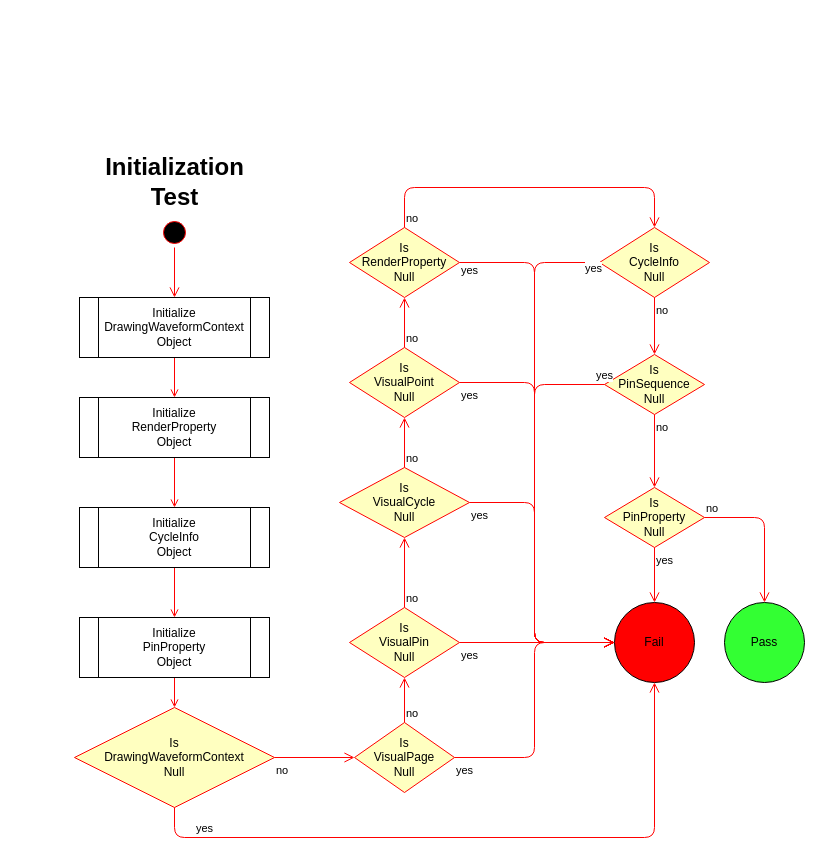
Above: page "UT_Initialization" (5 of 7) of SG9KG5/Waveform.drawio in Jasson-Chou/Software-Projects (draw.io), before the change. Source tidied: cells renumbered, new cells numbered last; positions are measured from the earlier drawing's top-left corner, leaving out a move shared by most shapes. Both pictures are drawn from the tidied source at 100%, with x=0, y=0 at pixel (74, 147).
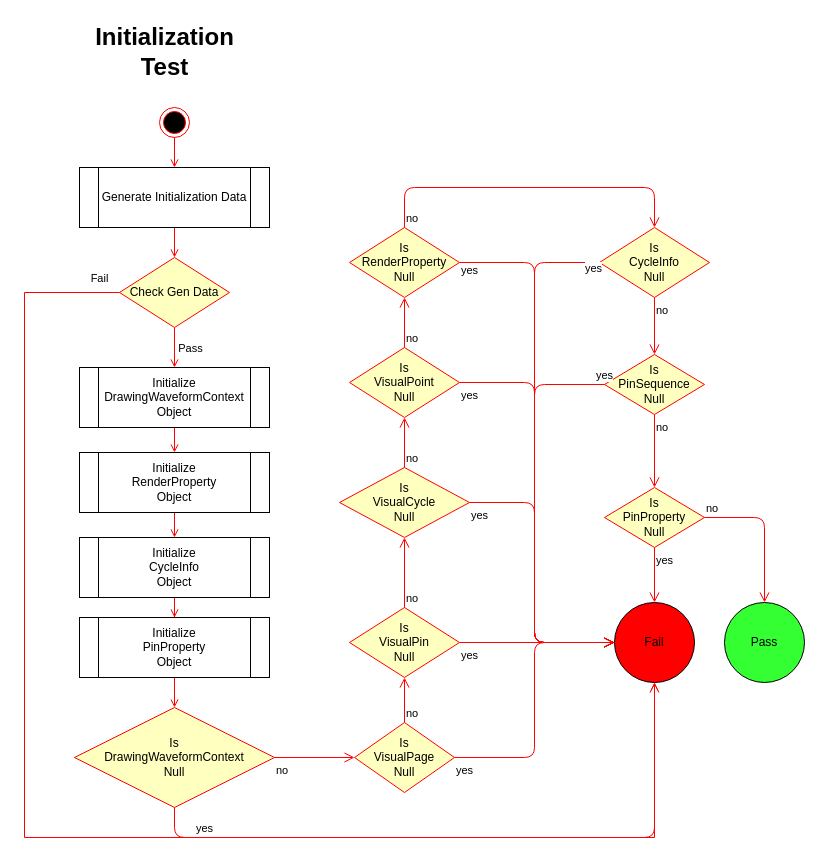
After the change.

Unchanged cells that the change refers to:
```xml
<mxCell id="39" value="Fail" style="ellipse;whiteSpace=wrap;html=1;fillColor=#FF0000;" parent="1" vertex="1">
  <mxGeometry x="540" y="455" width="80" height="80" as="geometry" />
</mxCell>
```

The edit, as a diff of the source:
```diff
@@
     <mxCell id="3" value="Initialize DrawingWaveformContext&lt;br&gt;Object" style="shape=process;whiteSpace=wrap;html=1;backgroundOutline=1;" parent="1" vertex="1">
-      <mxGeometry x="5" y="150" width="190" height="60" as="geometry" />
+      <mxGeometry x="5" y="220" width="190" height="60" as="geometry" />
     </mxCell>
-    <mxCell id="4" style="ellipse;html=1;shape=startState;fillColor=#000000;strokeColor=#ff0000;" parent="1" vertex="1">
-      <mxGeometry x="85" y="70" width="30" height="30" as="geometry" />
-    </mxCell>
-    <mxCell id="5" style="edgeStyle=orthogonalEdgeStyle;html=1;verticalAlign=bottom;endArrow=open;endSize=8;strokeColor=#ff0000;" parent="1" edge="1" source="4" target="3">
-      <mxGeometry relative="1" as="geometry" />
-    </mxCell>
@@
     <mxCell id="7" value="Initialize &lt;br&gt;RenderProperty&lt;br&gt;Object" style="shape=process;whiteSpace=wrap;html=1;backgroundOutline=1;" parent="1" vertex="1">
-      <mxGeometry x="5" y="250" width="190" height="60" as="geometry" />
+      <mxGeometry x="5" y="305" width="190" height="60" as="geometry" />
     </mxCell>
@@
     <mxCell id="9" value="Initialize &lt;br&gt;CycleInfo&lt;br&gt;Object" style="shape=process;whiteSpace=wrap;html=1;backgroundOutline=1;" parent="1" vertex="1">
-      <mxGeometry x="5" y="360" width="190" height="60" as="geometry" />
+      <mxGeometry x="5" y="390" width="190" height="60" as="geometry" />
     </mxCell>
@@
     <mxCell id="41" style="group;" parent="1" vertex="1">
-      <mxGeometry x="50" width="100" height="70" as="geometry" />
+      <mxGeometry x="40" y="-130" width="100" height="70" as="geometry" />
     </mxCell>
@@
+    <mxCell id="44" style="edgeStyle=orthogonalEdgeStyle;rounded=0;jettySize=auto;html=1;entryX=0.5;entryY=0;entryDx=0;entryDy=0;endArrow=open;endFill=0;strokeColor=#FF0000;" parent="1" edge="1" source="45" target="52">
+      <mxGeometry relative="1" as="geometry" />
+    </mxCell>
+    <mxCell id="45" value="Generate Initialization Data" style="shape=process;whiteSpace=wrap;html=1;backgroundOutline=1;" parent="1" vertex="1">
+      <mxGeometry x="5" y="20" width="190" height="60" as="geometry" />
+    </mxCell>
+    <mxCell id="46" style="edgeStyle=orthogonalEdgeStyle;rounded=0;jettySize=auto;html=1;entryX=0.5;entryY=0;entryDx=0;entryDy=0;endArrow=open;endFill=0;strokeColor=#FF0000;" parent="1" edge="1" source="47" target="45">
+      <mxGeometry relative="1" as="geometry" />
+    </mxCell>
+    <mxCell id="47" style="ellipse;html=1;shape=endState;fillColor=#000000;strokeColor=#ff0000;" parent="1" vertex="1">
+      <mxGeometry x="85" y="-40" width="30" height="30" as="geometry" />
+    </mxCell>
+    <mxCell id="48" style="edgeStyle=orthogonalEdgeStyle;rounded=0;jettySize=auto;html=1;exitX=0;exitY=0.5;exitDx=0;exitDy=0;endArrow=open;endFill=0;strokeColor=#FF0000;entryX=0.5;entryY=1;entryDx=0;entryDy=0;" parent="1" edge="1" source="52" target="39">
+      <mxGeometry relative="1" as="geometry">
+        <Array as="points">
+          <mxPoint x="-50" y="145" />
+          <mxPoint x="-50" y="690" />
+          <mxPoint x="580" y="690" />
+        </Array>
+      </mxGeometry>
+    </mxCell>
+    <mxCell id="49" value="Fail" style="edgeLabel;html=1;align=center;verticalAlign=middle;" parent="48" vertex="1">
+      <mxGeometry x="-0.97" relative="1" as="geometry">
+        <mxPoint y="-15" as="offset" />
+      </mxGeometry>
+    </mxCell>
+    <mxCell id="50" style="edgeStyle=orthogonalEdgeStyle;rounded=0;jettySize=auto;html=1;entryX=0.5;entryY=0;entryDx=0;entryDy=0;endArrow=open;endFill=0;strokeColor=#FF0000;" parent="1" edge="1" source="52" target="3">
+      <mxGeometry relative="1" as="geometry" />
+    </mxCell>
+    <mxCell id="51" value="Pass" style="edgeLabel;html=1;align=center;verticalAlign=middle;" parent="50" vertex="1">
+      <mxGeometry x="-0.77" relative="1" as="geometry">
+        <mxPoint x="15" y="15.3" as="offset" />
+      </mxGeometry>
+    </mxCell>
+    <mxCell id="52" value="Check Gen Data" style="rhombus;whiteSpace=wrap;html=1;fillColor=#ffffc0;strokeColor=#ff0000;" parent="1" vertex="1">
+      <mxGeometry x="45" y="110" width="110" height="70" as="geometry" />
+    </mxCell>
```
